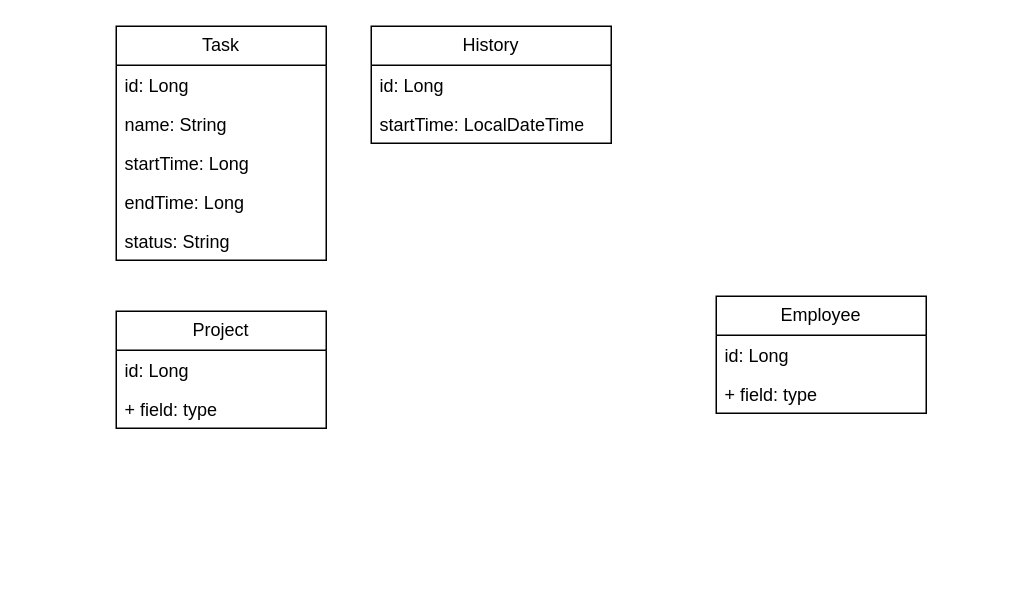
The draw.io diagram ER.drawio in hard-gainer/UML, before the edit. Source tidied: cells renumbered, new cells numbered last; positions are measured from the earlier drawing's top-left corner, leaving out a move shared by most shapes. Both pictures are drawn from the tidied source at 150%, with x=0, y=0 at pixel (116, 26).
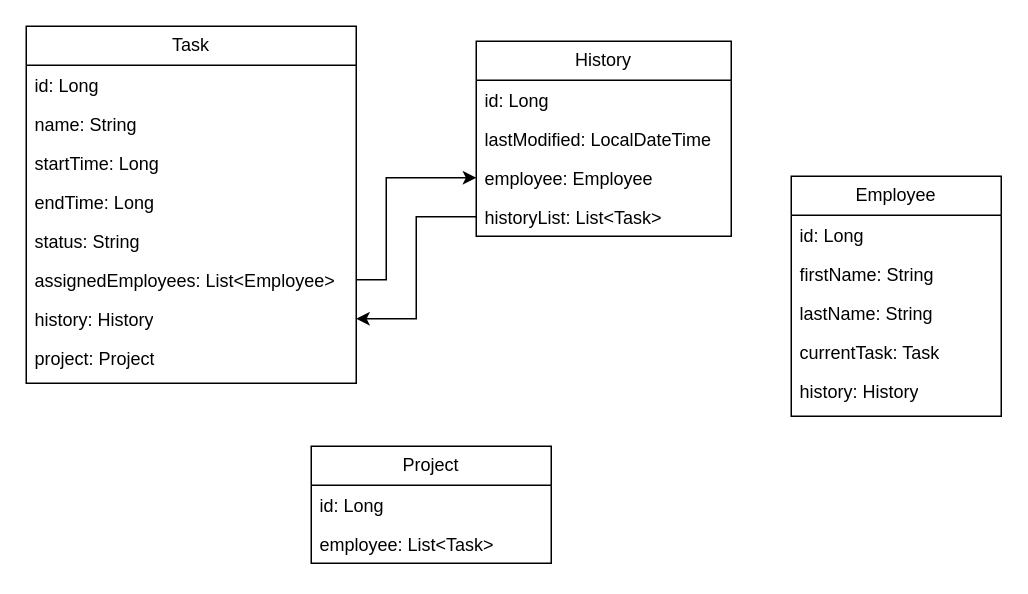
The same page after the edit.

Change to the diagram source:
```diff
@@
     <mxCell id="2" value="Employee" style="swimlane;fontStyle=0;horizontal=1;startSize=26;fillColor=none;whiteSpace=wrap;html=1;" parent="1" vertex="1">
-      <mxGeometry x="400" y="180" width="140" height="78" as="geometry" />
+      <mxGeometry x="450" y="100" width="140" height="160" as="geometry" />
     </mxCell>
@@
-    <mxCell id="4" value="+ field: type" style="text;strokeColor=none;fillColor=none;align=left;verticalAlign=top;spacingLeft=4;spacingRight=4;overflow=hidden;whiteSpace=wrap;html=1;" parent="2" vertex="1">
-      <mxGeometry y="52" width="140" height="26" as="geometry" />
-    </mxCell>
+    <mxCell id="17" value="firstName: String" style="text;strokeColor=none;fillColor=none;align=left;verticalAlign=top;spacingLeft=4;spacingRight=4;overflow=hidden;whiteSpace=wrap;html=1;" parent="2" vertex="1">
+      <mxGeometry y="52" width="140" height="26" as="geometry" />
+    </mxCell>
+    <mxCell id="18" value="lastName: String" style="text;strokeColor=none;fillColor=none;align=left;verticalAlign=top;spacingLeft=4;spacingRight=4;overflow=hidden;whiteSpace=wrap;html=1;" parent="2" vertex="1">
+      <mxGeometry y="78" width="140" height="26" as="geometry" />
+    </mxCell>
+    <mxCell id="19" value="currentTask: Task" style="text;strokeColor=none;fillColor=none;align=left;verticalAlign=top;spacingLeft=4;spacingRight=4;overflow=hidden;whiteSpace=wrap;html=1;" parent="2" vertex="1">
+      <mxGeometry y="104" width="140" height="26" as="geometry" />
+    </mxCell>
+    <mxCell id="20" value="history: History" style="text;strokeColor=none;fillColor=none;align=left;verticalAlign=top;spacingLeft=4;spacingRight=4;overflow=hidden;whiteSpace=wrap;html=1;" parent="2" vertex="1">
+      <mxGeometry y="130" width="140" height="30" as="geometry" />
+    </mxCell>
     <mxCell id="5" value="Task" style="swimlane;fontStyle=0;horizontal=1;startSize=26;fillColor=none;whiteSpace=wrap;html=1;" parent="1" vertex="1">
-      <mxGeometry width="140" height="156" as="geometry" />
+      <mxGeometry x="-60" width="220" height="238" as="geometry" />
     </mxCell>
     <mxCell id="6" value="id: Long" style="text;strokeColor=none;fillColor=none;align=left;verticalAlign=top;spacingLeft=4;spacingRight=4;overflow=hidden;whiteSpace=wrap;html=1;" parent="5" vertex="1">
-      <mxGeometry y="26" width="140" height="26" as="geometry" />
+      <mxGeometry y="26" width="220" height="26" as="geometry" />
     </mxCell>
     <mxCell id="7" value="name: String" style="text;strokeColor=none;fillColor=none;align=left;verticalAlign=top;spacingLeft=4;spacingRight=4;overflow=hidden;whiteSpace=wrap;html=1;" parent="5" vertex="1">
-      <mxGeometry y="52" width="140" height="26" as="geometry" />
+      <mxGeometry y="52" width="220" height="26" as="geometry" />
     </mxCell>
     <mxCell id="8" value="startTime: Long" style="text;strokeColor=none;fillColor=none;align=left;verticalAlign=top;spacingLeft=4;spacingRight=4;overflow=hidden;whiteSpace=wrap;html=1;" parent="5" vertex="1">
-      <mxGeometry y="78" width="140" height="26" as="geometry" />
+      <mxGeometry y="78" width="220" height="26" as="geometry" />
     </mxCell>
     <mxCell id="9" value="endTime: Long" style="text;strokeColor=none;fillColor=none;align=left;verticalAlign=top;spacingLeft=4;spacingRight=4;overflow=hidden;whiteSpace=wrap;html=1;" parent="5" vertex="1">
-      <mxGeometry y="104" width="140" height="26" as="geometry" />
+      <mxGeometry y="104" width="220" height="26" as="geometry" />
     </mxCell>
     <mxCell id="10" value="status: String" style="text;strokeColor=none;fillColor=none;align=left;verticalAlign=top;spacingLeft=4;spacingRight=4;overflow=hidden;whiteSpace=wrap;html=1;" parent="5" vertex="1">
-      <mxGeometry y="130" width="140" height="26" as="geometry" />
+      <mxGeometry y="130" width="220" height="26" as="geometry" />
     </mxCell>
+    <mxCell id="21" value="assignedEmployees: List&amp;lt;Employee&amp;gt;&amp;nbsp;" style="text;strokeColor=none;fillColor=none;align=left;verticalAlign=top;spacingLeft=4;spacingRight=4;overflow=hidden;points=[[0,0.5],[1,0.5]];portConstraint=eastwest;whiteSpace=wrap;html=1;" parent="5" vertex="1">
+      <mxGeometry y="156" width="220" height="26" as="geometry" />
+    </mxCell>
+    <mxCell id="22" value="history: History" style="text;strokeColor=none;fillColor=none;align=left;verticalAlign=top;spacingLeft=4;spacingRight=4;overflow=hidden;points=[[0,0.5],[1,0.5]];portConstraint=eastwest;whiteSpace=wrap;html=1;" parent="5" vertex="1">
+      <mxGeometry y="182" width="220" height="26" as="geometry" />
+    </mxCell>
+    <mxCell id="23" value="project: Project" style="text;strokeColor=none;fillColor=none;align=left;verticalAlign=top;spacingLeft=4;spacingRight=4;overflow=hidden;whiteSpace=wrap;html=1;" parent="5" vertex="1">
+      <mxGeometry y="208" width="220" height="30" as="geometry" />
+    </mxCell>
     <mxCell id="11" value="Project" style="swimlane;fontStyle=0;horizontal=1;startSize=26;fillColor=none;whiteSpace=wrap;html=1;" parent="1" vertex="1">
-      <mxGeometry y="190" width="140" height="78" as="geometry" />
+      <mxGeometry x="130" y="280" width="160" height="78" as="geometry" />
     </mxCell>
     <mxCell id="12" value="id: Long" style="text;strokeColor=none;fillColor=none;align=left;verticalAlign=top;spacingLeft=4;spacingRight=4;overflow=hidden;whiteSpace=wrap;html=1;" parent="11" vertex="1">
-      <mxGeometry y="26" width="140" height="26" as="geometry" />
+      <mxGeometry y="26" width="160" height="26" as="geometry" />
     </mxCell>
-    <mxCell id="13" value="+ field: type" style="text;strokeColor=none;fillColor=none;align=left;verticalAlign=top;spacingLeft=4;spacingRight=4;overflow=hidden;whiteSpace=wrap;html=1;" parent="11" vertex="1">
-      <mxGeometry y="52" width="140" height="26" as="geometry" />
+    <mxCell id="13" value="employee: List&amp;lt;Task&amp;gt;" style="text;strokeColor=none;fillColor=none;align=left;verticalAlign=top;spacingLeft=4;spacingRight=4;overflow=hidden;whiteSpace=wrap;html=1;" parent="11" vertex="1">
+      <mxGeometry y="52" width="160" height="26" as="geometry" />
     </mxCell>
     <mxCell id="14" value="History" style="swimlane;fontStyle=0;horizontal=1;startSize=26;fillColor=none;whiteSpace=wrap;html=1;" parent="1" vertex="1">
-      <mxGeometry x="170" width="160" height="78" as="geometry" />
+      <mxGeometry x="240" y="10" width="170" height="130" as="geometry" />
     </mxCell>
     <mxCell id="15" value="id: Long" style="text;strokeColor=none;fillColor=none;align=left;verticalAlign=top;spacingLeft=4;spacingRight=4;overflow=hidden;whiteSpace=wrap;html=1;" parent="14" vertex="1">
-      <mxGeometry y="26" width="160" height="26" as="geometry" />
+      <mxGeometry y="26" width="170" height="26" as="geometry" />
     </mxCell>
-    <mxCell id="16" value="startTime: LocalDateTime" style="text;strokeColor=none;fillColor=none;align=left;verticalAlign=top;spacingLeft=4;spacingRight=4;overflow=hidden;whiteSpace=wrap;html=1;" parent="14" vertex="1">
-      <mxGeometry y="52" width="160" height="26" as="geometry" />
+    <mxCell id="16" value="lastModified: LocalDateTime" style="text;strokeColor=none;fillColor=none;align=left;verticalAlign=top;spacingLeft=4;spacingRight=4;overflow=hidden;whiteSpace=wrap;html=1;" parent="14" vertex="1">
+      <mxGeometry y="52" width="170" height="26" as="geometry" />
     </mxCell>
+    <mxCell id="24" value="employee: Employee" style="text;strokeColor=none;fillColor=none;align=left;verticalAlign=top;spacingLeft=4;spacingRight=4;overflow=hidden;points=[[0,0.5],[1,0.5]];portConstraint=eastwest;whiteSpace=wrap;html=1;" parent="14" vertex="1">
+      <mxGeometry y="78" width="170" height="26" as="geometry" />
+    </mxCell>
+    <mxCell id="25" value="historyList: List&amp;lt;Task&amp;gt;" style="text;strokeColor=none;fillColor=none;align=left;verticalAlign=top;spacingLeft=4;spacingRight=4;overflow=hidden;points=[[0,0.5],[1,0.5]];portConstraint=eastwest;whiteSpace=wrap;html=1;" parent="14" vertex="1">
+      <mxGeometry y="104" width="170" height="26" as="geometry" />
+    </mxCell>
+    <mxCell id="26" style="edgeStyle=orthogonalEdgeStyle;rounded=0;jettySize=auto;html=1;exitX=1;exitY=0.5;exitDx=0;exitDy=0;entryX=0;entryY=0.5;entryDx=0;entryDy=0;" parent="1" edge="1" source="21" target="24">
+      <mxGeometry relative="1" as="geometry">
+        <Array as="points">
+          <mxPoint x="180" y="169" />
+          <mxPoint x="180" y="101" />
+        </Array>
+      </mxGeometry>
+    </mxCell>
+    <mxCell id="27" style="edgeStyle=orthogonalEdgeStyle;rounded=0;jettySize=auto;html=1;exitX=0;exitY=0.5;exitDx=0;exitDy=0;entryX=1;entryY=0.5;entryDx=0;entryDy=0;" parent="1" edge="1" source="25" target="22">
+      <mxGeometry relative="1" as="geometry">
+        <Array as="points">
+          <mxPoint x="200" y="127" />
+          <mxPoint x="200" y="195" />
+        </Array>
+      </mxGeometry>
+    </mxCell>
```
